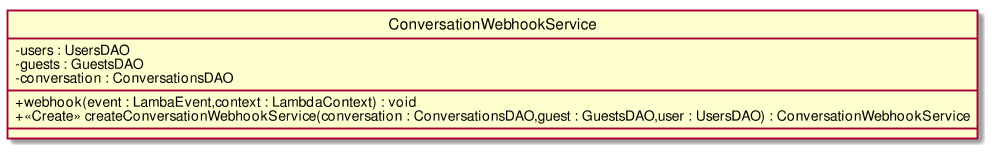
CoCodeSWE/Docs keeps this PlantUML diagram as RP/Esterni/DefinizioneDiProdotto/images/ClassConversationWebhookService.png. Above is the earlier version. Its diagram source:
```plantuml
@startuml
scale 1000*1000
skinparam classAttributeIconSize 0
class ConversationWebhookService{
- users : UsersDAO
- guests : GuestsDAO
- conversation : ConversationsDAO
__
+ webhook(event : LambaEvent,context : LambdaContext) : void
+ <<Create>> createConversationWebhookService(conversation : ConversationsDAO,guest : GuestsDAO,user : UsersDAO) : ConversationWebhookService
__

}
hide circle
@enduml
```
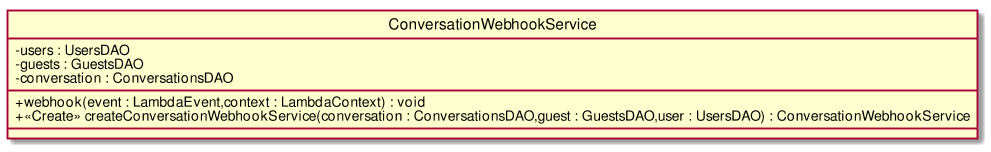
Above is the later version.

The edit, as a diff of the source:
```diff
@@ -6,7 +6,7 @@
 - guests : GuestsDAO
 - conversation : ConversationsDAO
 __
-+ webhook(event : LambaEvent,context : LambdaContext) : void
++ webhook(event : LambdaEvent,context : LambdaContext) : void
 + <<Create>> createConversationWebhookService(conversation : ConversationsDAO,guest : GuestsDAO,user : UsersDAO) : ConversationWebhookService
 __
 
```
